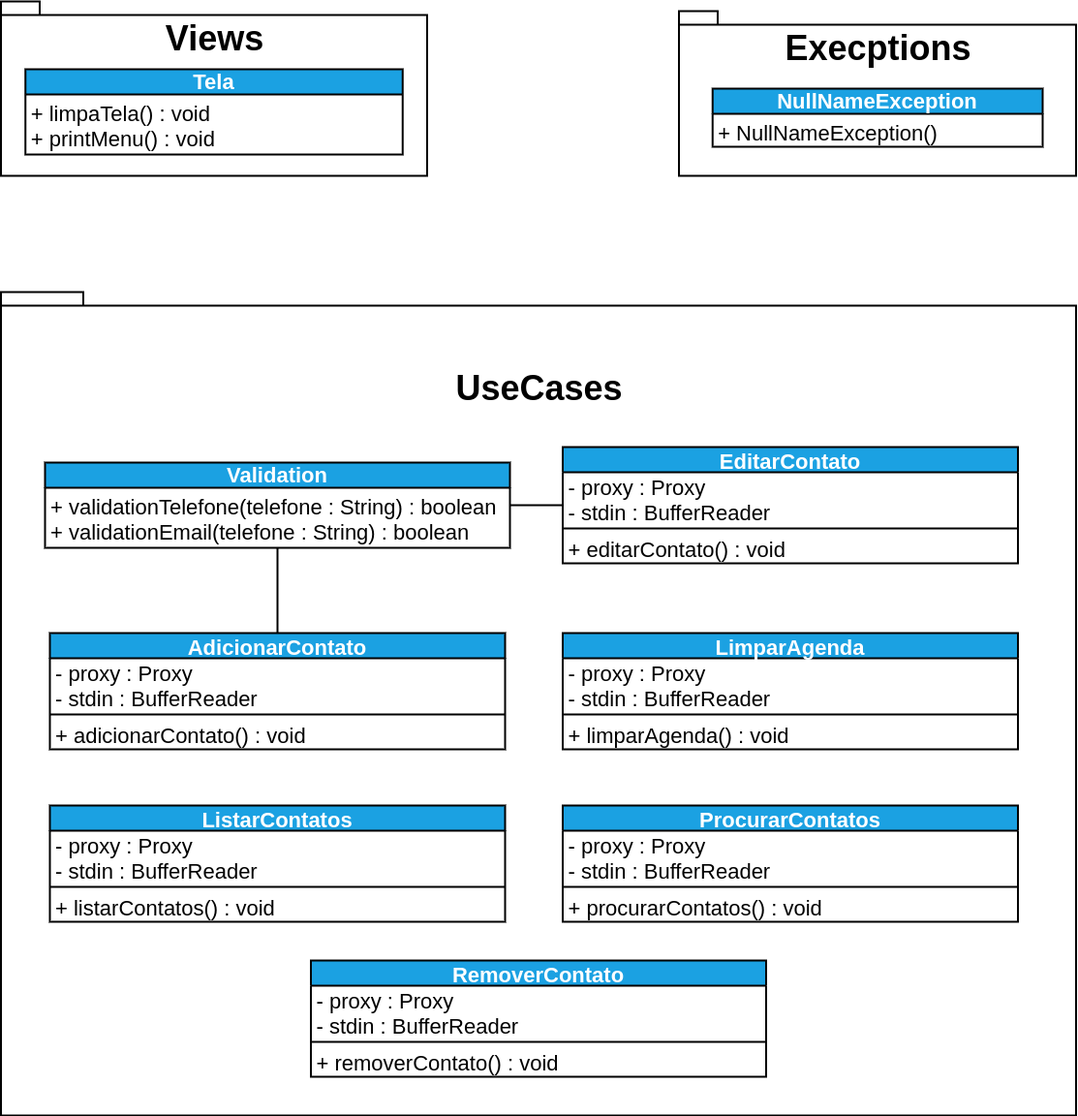
Earlier version of the draw.io export docs/UML_OTHERS.png (SamuelLost/TrabalhoFinal-SD). Source tidied: cells renumbered, new cells last; positions are measured from the earlier drawing's top-left corner, leaving out a move shared by most shapes.
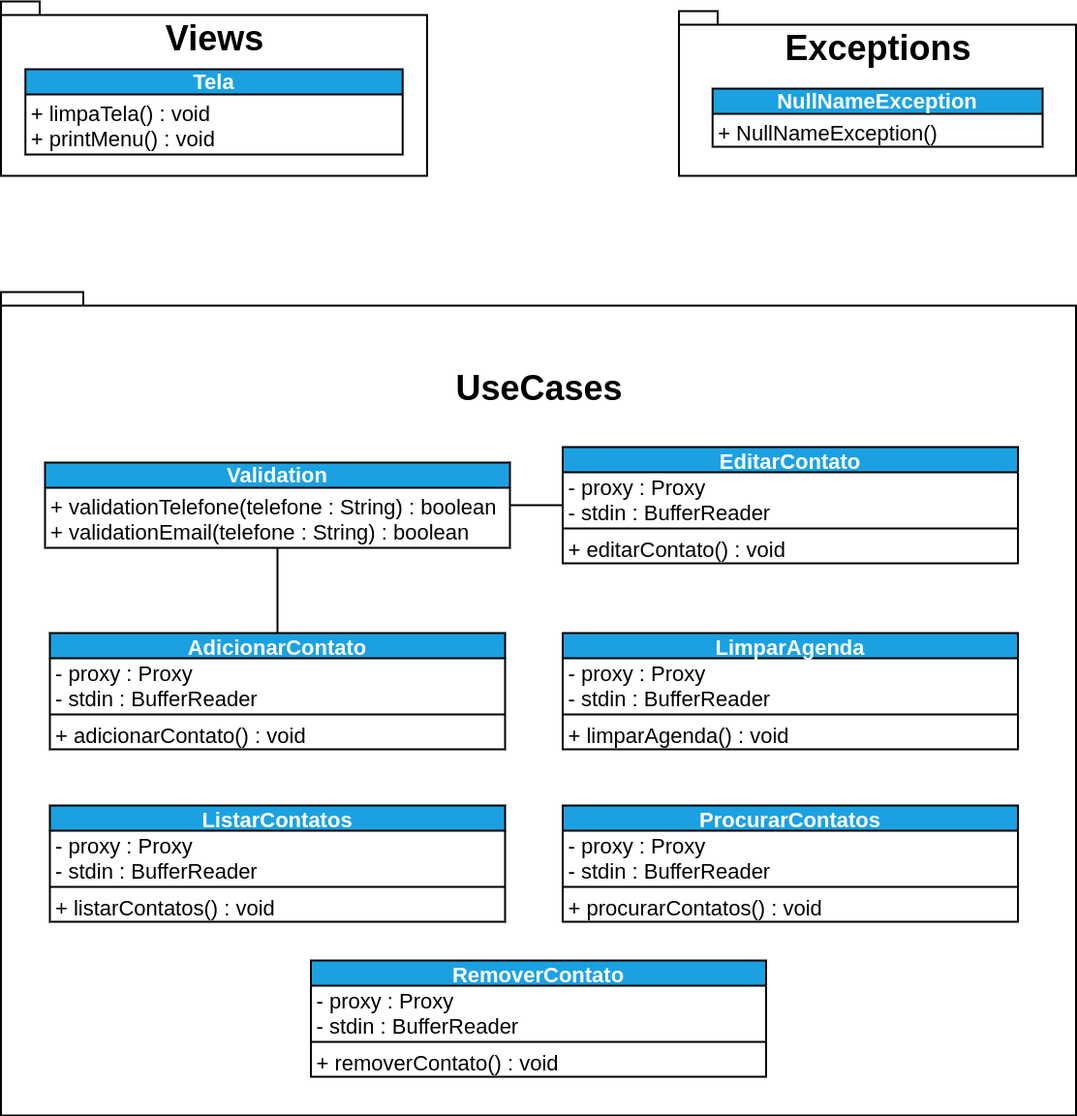
The same file after the commit.

Diff of the diagram source:
```diff
@@ -98,7 +98,7 @@
     <mxCell id="33" value="+ removerContato() : void" style="text;strokeColor=none;fillColor=none;align=left;verticalAlign=middle;spacingLeft=4;spacingRight=4;overflow=hidden;fontSize=22;" parent="30" vertex="1">
       <mxGeometry y="88" width="470" height="32" as="geometry" />
     </mxCell>
-    <mxCell id="34" value="&lt;font style=&quot;font-size: 36px&quot;&gt;Execptions&lt;/font&gt;" style="shape=folder;fontStyle=1;spacingTop=10;tabWidth=40;tabHeight=14;tabPosition=left;html=1;fontSize=22;strokeColor=default;strokeWidth=2;verticalAlign=top;" parent="1" vertex="1">
+    <mxCell id="34" value="&lt;font style=&quot;font-size: 36px&quot;&gt;Exceptions&lt;br&gt;&lt;/font&gt;" style="shape=folder;fontStyle=1;spacingTop=10;tabWidth=40;tabHeight=14;tabPosition=left;html=1;fontSize=22;strokeColor=default;strokeWidth=2;verticalAlign=top;" parent="1" vertex="1">
       <mxGeometry x="700.5" y="10" width="410" height="170" as="geometry" />
     </mxCell>
     <mxCell id="35" value="NullNameException" style="swimlane;fontStyle=1;align=center;verticalAlign=bottom;horizontal=1;startSize=26;fontSize=22;strokeColor=#000000;strokeWidth=2;fillColor=#1ba1e2;fontColor=#ffffff;" parent="1" vertex="1">
```
